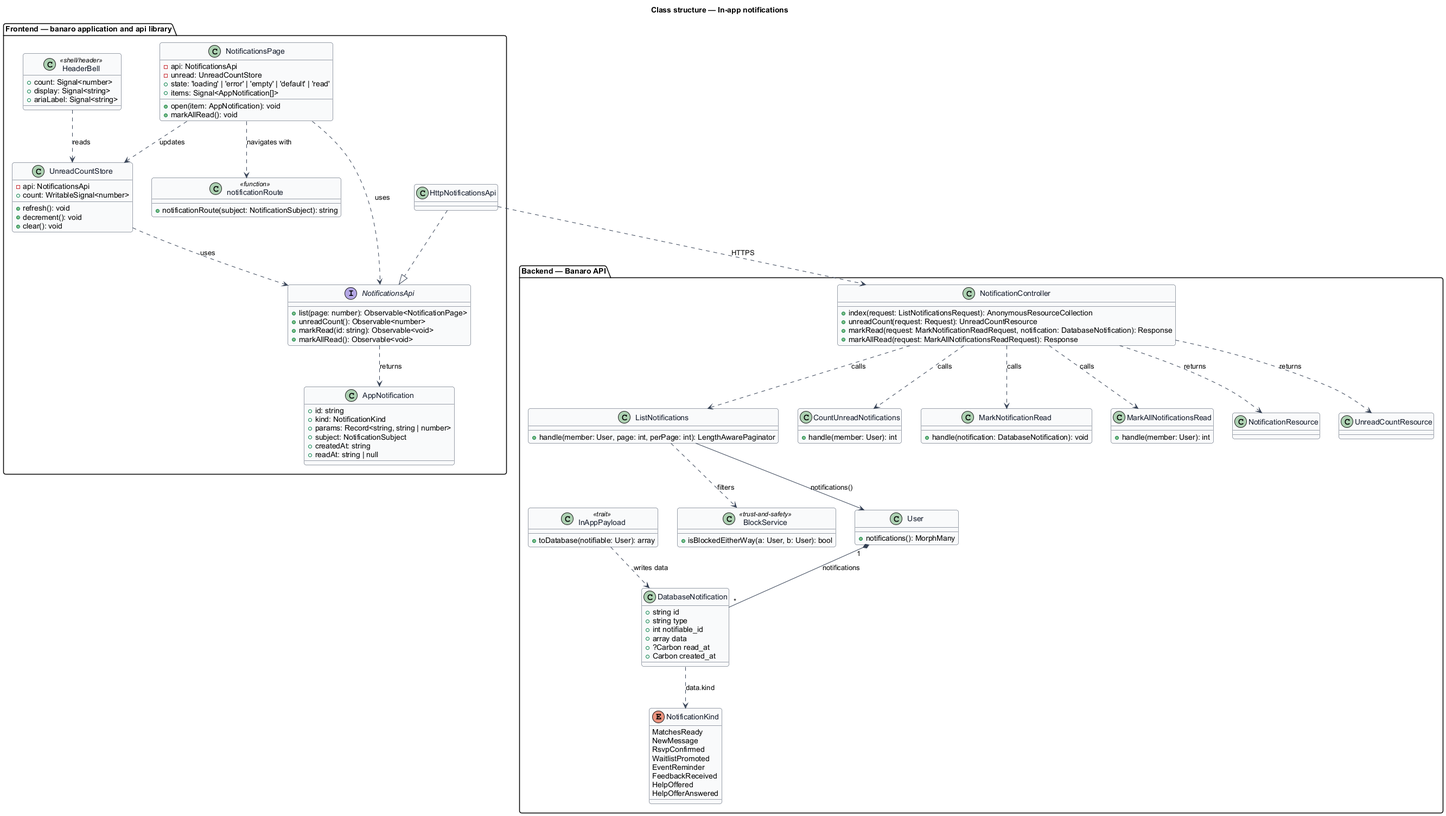
QuinntyneBrown/banaro keeps this PlantUML diagram as docs/detailed-designs/notifications/in-app-notifications/diagrams/class-structure.png. Above is the earlier version. Its diagram source:
```plantuml
@startuml
skinparam backgroundColor #FFFFFF
skinparam shadowing false
skinparam roundcorner 8
skinparam defaultFontName Arial
skinparam ArrowColor #344054
skinparam class {
  BorderColor #344054
  FontColor #101828
  BackgroundColor #F9FAFB
}
title Class structure — In-app notifications

package "Frontend — banaro application and api library" {
  class NotificationsPage {
    -api: NotificationsApi
    -unread: UnreadCountStore
    +state: 'loading' | 'error' | 'empty' | 'default' | 'read'
    +items: Signal<AppNotification[]>
    +open(item: AppNotification): void
    +markAllRead(): void
  }
  class HeaderBell <<shell/header>> {
    +count: Signal<number>
    +display: Signal<string>
    +ariaLabel: Signal<string>
  }
  class UnreadCountStore {
    -api: NotificationsApi
    +count: WritableSignal<number>
    +refresh(): void
    +decrement(): void
    +clear(): void
  }
  class notificationRoute <<function>> {
    +notificationRoute(subject: NotificationSubject): string
  }
  interface NotificationsApi {
    +list(page: number): Observable<NotificationPage>
    +unreadCount(): Observable<number>
    +markRead(id: string): Observable<void>
    +markAllRead(): Observable<void>
  }
  class HttpNotificationsApi
  class AppNotification {
    +id: string
    +kind: NotificationKind
    +params: Record<string, string | number>
    +subject: NotificationSubject
    +createdAt: string
    +readAt: string | null
  }
}

package "Backend — Banaro API" {
  class NotificationController {
    +index(request: ListNotificationsRequest): AnonymousResourceCollection
    +unreadCount(request: Request): UnreadCountResource
    +markRead(request: MarkNotificationReadRequest, notification: DatabaseNotification): Response
    +markAllRead(request: MarkAllNotificationsReadRequest): Response
  }
  class ListNotifications {
    +handle(member: User, page: int, perPage: int): LengthAwarePaginator
  }
  class CountUnreadNotifications {
    +handle(member: User): int
  }
  class MarkNotificationRead {
    +handle(notification: DatabaseNotification): void
  }
  class MarkAllNotificationsRead {
    +handle(member: User): int
  }
  class BlockService <<trust-and-safety>> {
    +isBlockedEitherWay(a: User, b: User): bool
  }
  class User {
    +notifications(): MorphMany
  }
  class DatabaseNotification {
    +string id
    +string type
    +int notifiable_id
    +array data
    +?Carbon read_at
    +Carbon created_at
  }
  enum NotificationKind {
    MatchesReady
    NewMessage
    RsvpConfirmed
    WaitlistPromoted
    EventReminder
    FeedbackReceived
    HelpOffered
    HelpOfferAnswered
  }
  class InAppPayload <<trait>> {
    +toDatabase(notifiable: User): array
  }
  class NotificationResource
  class UnreadCountResource
}

NotificationsPage ..> NotificationsApi : uses
NotificationsPage ..> UnreadCountStore : updates
NotificationsPage ..> notificationRoute : navigates with
HeaderBell ..> UnreadCountStore : reads
UnreadCountStore ..> NotificationsApi : uses
HttpNotificationsApi ..|> NotificationsApi
NotificationsApi ..> AppNotification : returns
HttpNotificationsApi ..> NotificationController : HTTPS

NotificationController ..> ListNotifications : calls
NotificationController ..> CountUnreadNotifications : calls
NotificationController ..> MarkNotificationRead : calls
NotificationController ..> MarkAllNotificationsRead : calls
NotificationController ..> NotificationResource : returns
NotificationController ..> UnreadCountResource : returns
ListNotifications ..> BlockService : filters
ListNotifications --> User : notifications()
User "1" *-- "*" DatabaseNotification : notifications
DatabaseNotification ..> NotificationKind : data.kind
InAppPayload ..> DatabaseNotification : writes data
@enduml
```
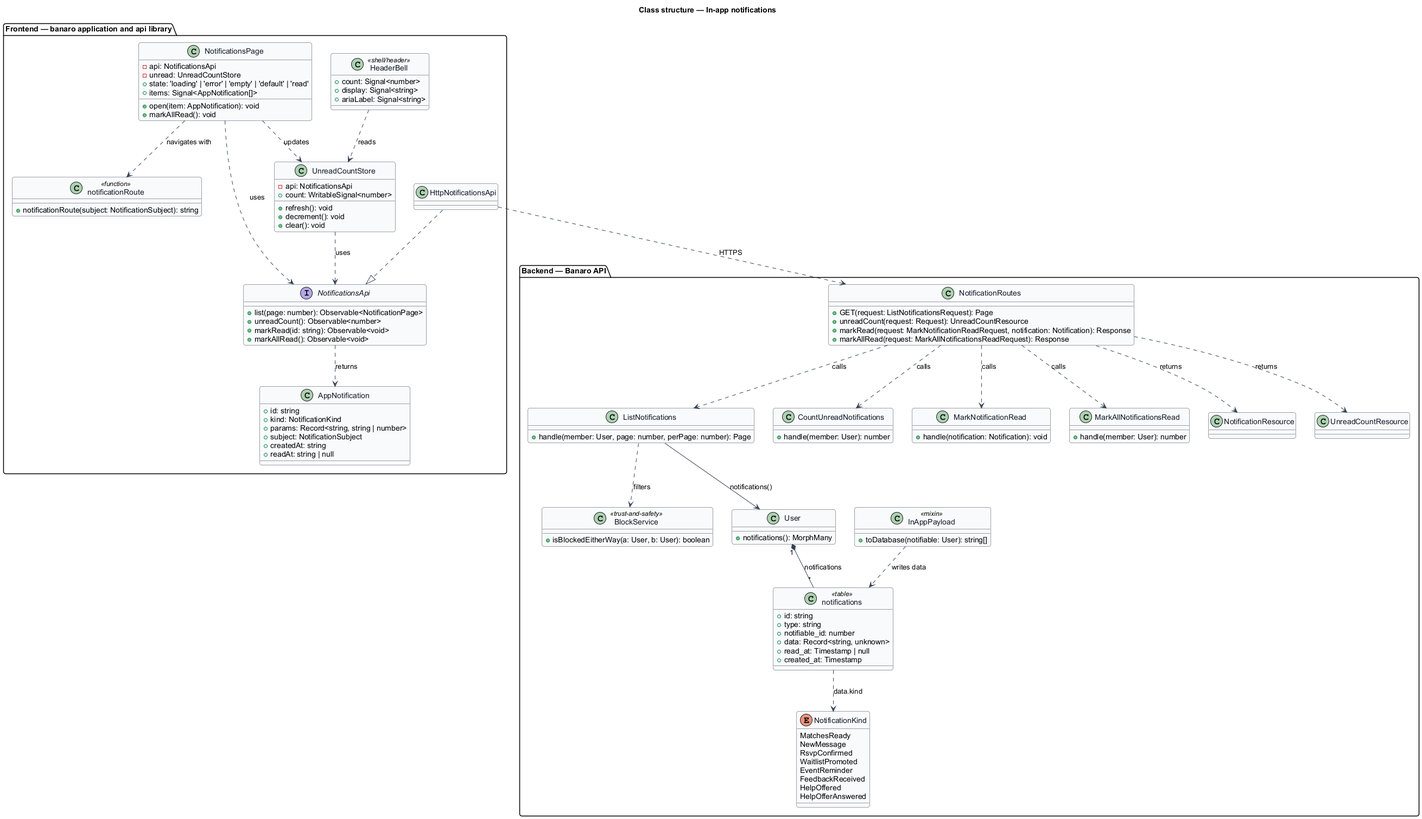
The same diagram one commit later.

Diff of the diagram source:
```diff
@@ -53,37 +53,37 @@
 }
 
 package "Backend — Banaro API" {
-  class NotificationController {
-    +index(request: ListNotificationsRequest): AnonymousResourceCollection
+  class NotificationRoutes {
+    +GET(request: ListNotificationsRequest): Page
     +unreadCount(request: Request): UnreadCountResource
-    +markRead(request: MarkNotificationReadRequest, notification: DatabaseNotification): Response
+    +markRead(request: MarkNotificationReadRequest, notification: Notification): Response
     +markAllRead(request: MarkAllNotificationsReadRequest): Response
   }
   class ListNotifications {
-    +handle(member: User, page: int, perPage: int): LengthAwarePaginator
+    +handle(member: User, page: number, perPage: number): Page
   }
   class CountUnreadNotifications {
-    +handle(member: User): int
+    +handle(member: User): number
   }
   class MarkNotificationRead {
-    +handle(notification: DatabaseNotification): void
+    +handle(notification: Notification): void
   }
   class MarkAllNotificationsRead {
-    +handle(member: User): int
+    +handle(member: User): number
   }
   class BlockService <<trust-and-safety>> {
-    +isBlockedEitherWay(a: User, b: User): bool
+    +isBlockedEitherWay(a: User, b: User): boolean
   }
   class User {
     +notifications(): MorphMany
   }
-  class DatabaseNotification {
-    +string id
-    +string type
-    +int notifiable_id
-    +array data
-    +?Carbon read_at
-    +Carbon created_at
+  class "notifications" as Notification <<table>> {
+    +id: string
+    +type: string
+    +notifiable_id: number
+    +data: Record<string, unknown>
+    +read_at: Timestamp | null
+    +created_at: Timestamp
   }
   enum NotificationKind {
     MatchesReady
@@ -95,8 +95,8 @@
     HelpOffered
     HelpOfferAnswered
   }
-  class InAppPayload <<trait>> {
-    +toDatabase(notifiable: User): array
+  class InAppPayload <<mixin>> {
+    +toDatabase(notifiable: User): string[]
   }
   class NotificationResource
   class UnreadCountResource
@@ -109,17 +109,17 @@
 UnreadCountStore ..> NotificationsApi : uses
 HttpNotificationsApi ..|> NotificationsApi
 NotificationsApi ..> AppNotification : returns
-HttpNotificationsApi ..> NotificationController : HTTPS
+HttpNotificationsApi ..> NotificationRoutes : HTTPS
 
-NotificationController ..> ListNotifications : calls
-NotificationController ..> CountUnreadNotifications : calls
-NotificationController ..> MarkNotificationRead : calls
-NotificationController ..> MarkAllNotificationsRead : calls
-NotificationController ..> NotificationResource : returns
-NotificationController ..> UnreadCountResource : returns
+NotificationRoutes ..> ListNotifications : calls
+NotificationRoutes ..> CountUnreadNotifications : calls
+NotificationRoutes ..> MarkNotificationRead : calls
+NotificationRoutes ..> MarkAllNotificationsRead : calls
+NotificationRoutes ..> NotificationResource : returns
+NotificationRoutes ..> UnreadCountResource : returns
 ListNotifications ..> BlockService : filters
 ListNotifications --> User : notifications()
-User "1" *-- "*" DatabaseNotification : notifications
-DatabaseNotification ..> NotificationKind : data.kind
-InAppPayload ..> DatabaseNotification : writes data
+User "1" *-- "*" Notification : notifications
+Notification ..> NotificationKind : data.kind
+InAppPayload ..> Notification : writes data
 @enduml
```
